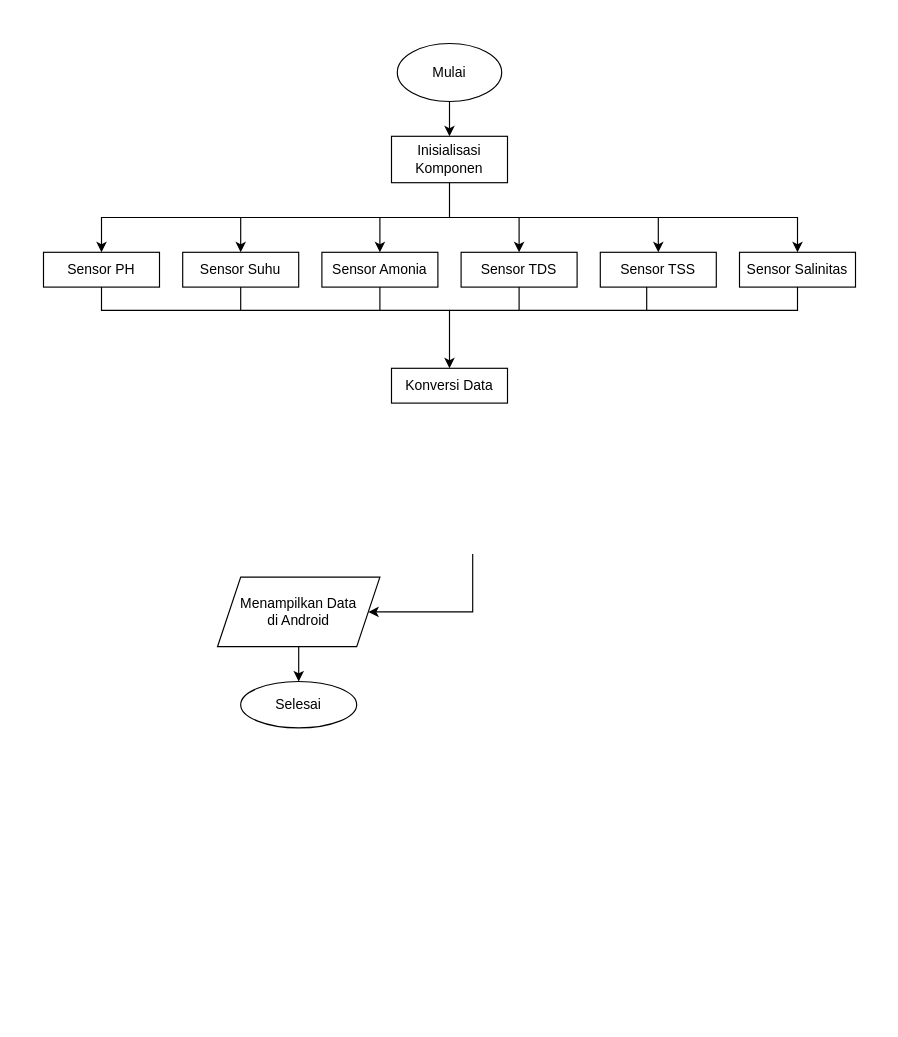
Handrawinata/komunikasi-nrf keeps this draw.io diagram as Untitled Diagram.drawio. Above is the earlier version. Source tidied: cells renumbered, new cells numbered last; positions are measured from the earlier drawing's top-left corner, leaving out a move shared by most shapes. Both pictures are drawn from the tidied source at 116%, with x=0, y=0 at pixel (43, 43).
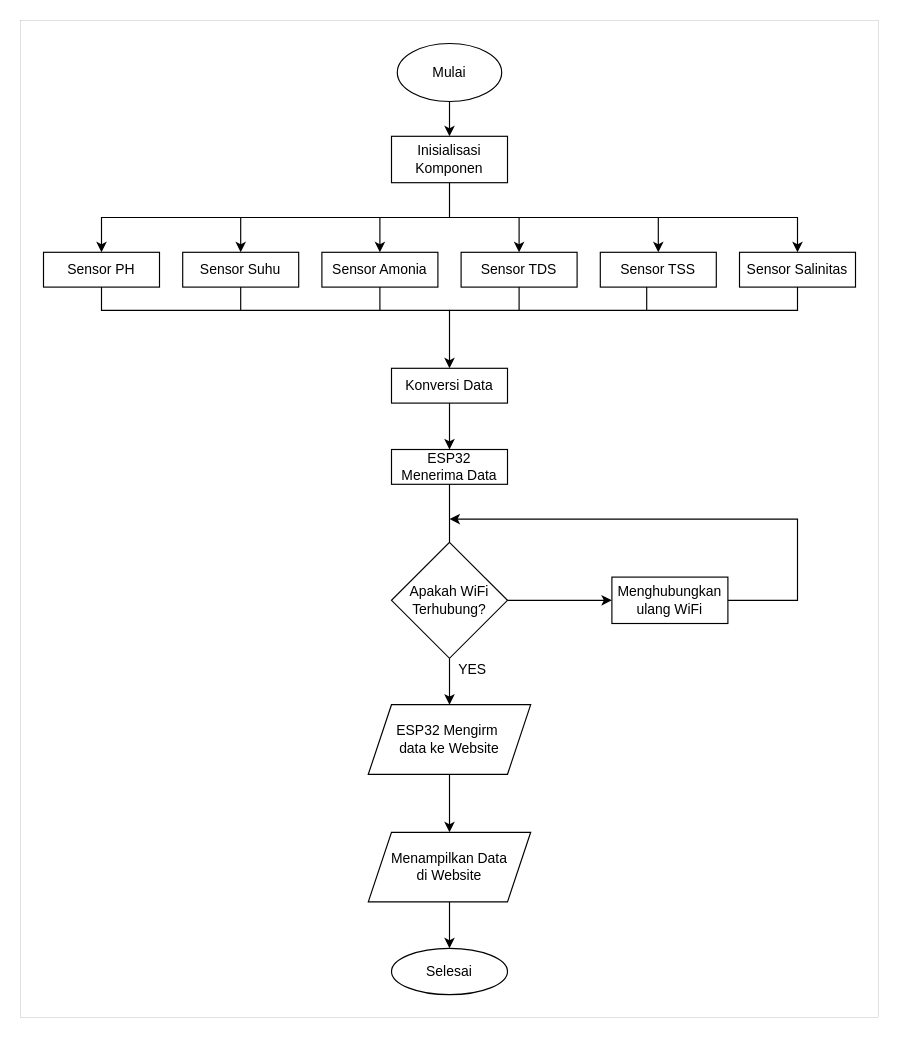
Above is the later version.

Diff of the diagram source:
```diff
@@
     <mxCell id="12" value="Selesai" style="ellipse;whiteSpace=wrap;html=1;" parent="1" vertex="1">
-      <mxGeometry x="170" y="550" width="100" height="40" as="geometry" />
+      <mxGeometry x="300" y="780" width="100" height="40" as="geometry" />
     </mxCell>
@@
-    <mxCell id="14" value="Menampilkan Data&lt;br&gt;di Android" style="shape=parallelogram;perimeter=parallelogramPerimeter;whiteSpace=wrap;html=1;fixedSize=1;" parent="1" vertex="1">
-      <mxGeometry x="150" y="460" width="140" height="60" as="geometry" />
+    <mxCell id="14" value="Menampilkan Data&lt;br&gt;di Website" style="shape=parallelogram;perimeter=parallelogramPerimeter;whiteSpace=wrap;html=1;fixedSize=1;" parent="1" vertex="1">
+      <mxGeometry x="280" y="680" width="140" height="60" as="geometry" />
     </mxCell>
-    <mxCell id="15" style="endArrow=classic;html=1;rounded=0;exitX=0.5;exitY=1;exitDx=0;exitDy=0;entryX=1;entryY=0.5;entryDx=0;entryDy=0;" parent="1" edge="1" target="14">
+    <mxCell id="15" style="endArrow=classic;html=1;rounded=0;exitX=0.5;exitY=1;exitDx=0;exitDy=0;entryX=0.5;entryY=0;entryDx=0;entryDy=0;" parent="1" edge="1" source="36" target="14">
       <mxGeometry relative="1" as="geometry">
-        <mxPoint x="370" y="440" as="sourcePoint" />
         <Array as="points">
-          <mxPoint x="370" y="490" />
+          <mxPoint x="350" y="630" />
         </Array>
       </mxGeometry>
     </mxCell>
@@
+    <mxCell id="28" value="&lt;span&gt;ESP32 &lt;br&gt;Menerima Data&lt;/span&gt;" style="rounded=0;whiteSpace=wrap;html=1;" parent="1" vertex="1">
+      <mxGeometry x="300" y="350" width="100" height="30" as="geometry" />
+    </mxCell>
+    <mxCell id="29" style="endArrow=classic;html=1;rounded=0;entryX=0.5;entryY=0;entryDx=0;entryDy=0;" parent="1" edge="1">
+      <mxGeometry relative="1" as="geometry">
+        <mxPoint x="350" y="310" as="sourcePoint" />
+        <mxPoint x="350" y="350" as="targetPoint" />
+      </mxGeometry>
+    </mxCell>
+    <mxCell id="30" style="edgeStyle=orthogonalEdgeStyle;rounded=0;jettySize=auto;html=1;" parent="1" edge="1" source="32" target="34">
+      <mxGeometry relative="1" as="geometry" />
+    </mxCell>
+    <mxCell id="31" style="edgeStyle=orthogonalEdgeStyle;rounded=0;jettySize=auto;html=1;" parent="1" edge="1" source="32" target="36">
+      <mxGeometry relative="1" as="geometry" />
+    </mxCell>
+    <mxCell id="32" value="Apakah WiFi Terhubung?" style="rhombus;whiteSpace=wrap;html=1;" parent="1" vertex="1">
+      <mxGeometry x="300" y="430" width="100" height="100" as="geometry" />
+    </mxCell>
+    <mxCell id="33" style="endArrow=none;html=1;rounded=0;entryX=0.5;entryY=1;entryDx=0;entryDy=0;exitX=0.5;exitY=0;exitDx=0;exitDy=0;" parent="1" edge="1" source="32" target="28">
+      <mxGeometry relative="1" as="geometry" />
+    </mxCell>
+    <mxCell id="34" value="Menghubungkan&lt;br&gt;ulang WiFi" style="rounded=0;whiteSpace=wrap;html=1;" parent="1" vertex="1">
+      <mxGeometry x="490" y="460" width="100" height="40" as="geometry" />
+    </mxCell>
+    <mxCell id="35" style="endArrow=classic;html=1;rounded=0;exitX=1;exitY=0.5;exitDx=0;exitDy=0;" parent="1" edge="1" source="34">
+      <mxGeometry relative="1" as="geometry">
+        <mxPoint x="350" y="410" as="targetPoint" />
+        <Array as="points">
+          <mxPoint x="650" y="480" />
+          <mxPoint x="650" y="410" />
+        </Array>
+      </mxGeometry>
+    </mxCell>
+    <mxCell id="36" value="ESP32 Mengirm&amp;nbsp;&lt;br&gt;data ke Website" style="shape=parallelogram;perimeter=parallelogramPerimeter;whiteSpace=wrap;html=1;fixedSize=1;" parent="1" vertex="1">
+      <mxGeometry x="280" y="570" width="140" height="60" as="geometry" />
+    </mxCell>
+    <mxCell id="37" value="YES" style="rounded=0;whiteSpace=wrap;html=1;strokeWidth=0;fillColor=none;strokeColor=none;" parent="1" vertex="1">
+      <mxGeometry x="310" y="510" width="120" height="60" as="geometry" />
+    </mxCell>
+    <mxCell id="38" style="rounded=0;whiteSpace=wrap;html=1;strokeWidth=0;fillColor=none;" parent="1" vertex="1">
+      <mxGeometry x="-20" y="-20" width="740" height="860" as="geometry" />
+    </mxCell>
```
